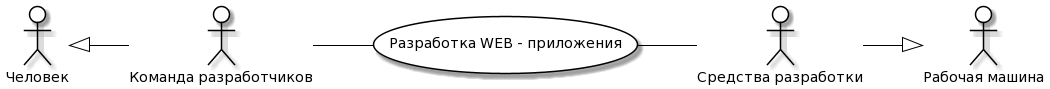
The PlantUML diagram lab1/Precedent.png in Lamysa/dmitrenko.github.io, before a commit.
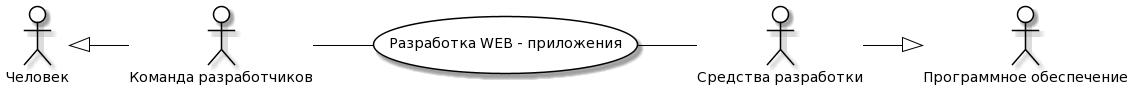
Above is the later version.

What changed in the source:
```diff
@@ -11,7 +11,7 @@
 }
 left to right direction
 actor P0 as "Человек"
-actor M0 as "Рабочая машина"
+actor M0 as "Программное обеспечение"
 actor P as "Команда разработчиков"
 actor M as "Средства разработки"
 usecase A as "Разработка WEB - приложения"
```
